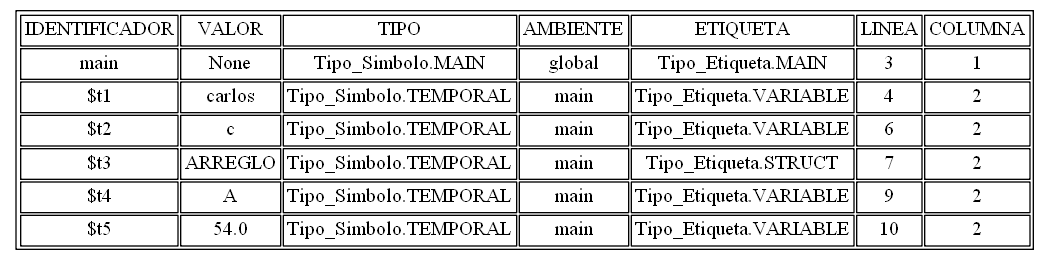
Before: tablasimbolos.png, a diagram exported from Graphviz (AndreeAvalos/OLC2-AUGUS). Its source is kept beside it as tablasimbolos.dot.
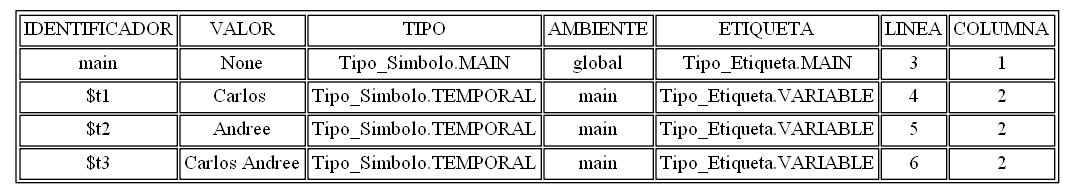
The same file after the commit.

Diff of the diagram source:
```diff
@@ -4,11 +4,9 @@
 arset [label=<<TABLE ALIGN="LEFT">
 <TR><TD>IDENTIFICADOR</TD><TD>VALOR</TD><TD>TIPO</TD><TD>AMBIENTE</TD><TD>ETIQUETA</TD><TD>LINEA</TD><TD>COLUMNA</TD></TR>
 <TR><TD>main</TD><TD>None</TD><TD>Tipo_Simbolo.MAIN</TD><TD>global</TD><TD>Tipo_Etiqueta.MAIN</TD><TD>3</TD><TD>1</TD></TR>
-<TR><TD>$t1</TD><TD>carlos</TD><TD>Tipo_Simbolo.TEMPORAL</TD><TD>main</TD><TD>Tipo_Etiqueta.VARIABLE</TD><TD>4</TD><TD>2</TD></TR>
-<TR><TD>$t2</TD><TD>c</TD><TD>Tipo_Simbolo.TEMPORAL</TD><TD>main</TD><TD>Tipo_Etiqueta.VARIABLE</TD><TD>6</TD><TD>2</TD></TR>
-<TR><TD>$t3</TD><TD>ARREGLO</TD><TD>Tipo_Simbolo.TEMPORAL</TD><TD>main</TD><TD>Tipo_Etiqueta.STRUCT</TD><TD>7</TD><TD>2</TD></TR>
-<TR><TD>$t4</TD><TD>A</TD><TD>Tipo_Simbolo.TEMPORAL</TD><TD>main</TD><TD>Tipo_Etiqueta.VARIABLE</TD><TD>9</TD><TD>2</TD></TR>
-<TR><TD>$t5</TD><TD>54.0</TD><TD>Tipo_Simbolo.TEMPORAL</TD><TD>main</TD><TD>Tipo_Etiqueta.VARIABLE</TD><TD>10</TD><TD>2</TD></TR>
+<TR><TD>$t1</TD><TD>Carlos </TD><TD>Tipo_Simbolo.TEMPORAL</TD><TD>main</TD><TD>Tipo_Etiqueta.VARIABLE</TD><TD>4</TD><TD>2</TD></TR>
+<TR><TD>$t2</TD><TD>Andree</TD><TD>Tipo_Simbolo.TEMPORAL</TD><TD>main</TD><TD>Tipo_Etiqueta.VARIABLE</TD><TD>5</TD><TD>2</TD></TR>
+<TR><TD>$t3</TD><TD>Carlos Andree</TD><TD>Tipo_Simbolo.TEMPORAL</TD><TD>main</TD><TD>Tipo_Etiqueta.VARIABLE</TD><TD>6</TD><TD>2</TD></TR>
 </TABLE>
 >, ];
 }
```
